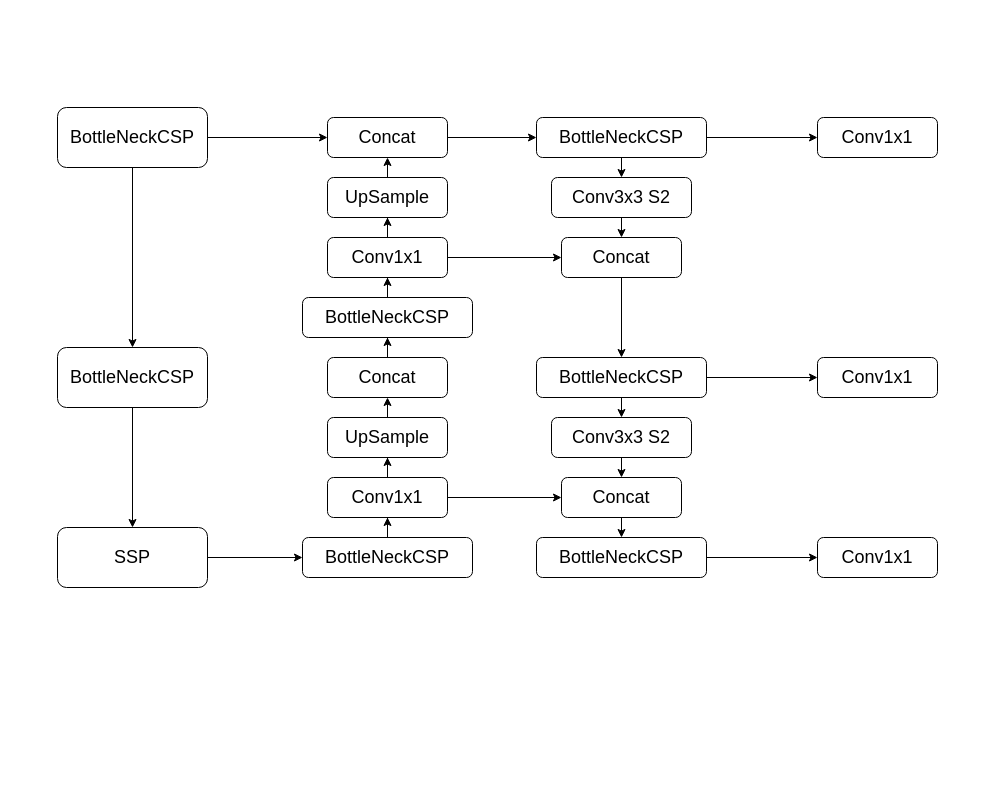
Earlier version of the draw.io diagram YOLOv5网络结构图.drawio (H52e5/drawio). Source tidied: cells renumbered, new cells numbered last; positions are measured from the earlier drawing's top-left corner, leaving out a move shared by most shapes. Both pictures are drawn from the tidied source at 100%, with x=0, y=0 at pixel (57, 107).
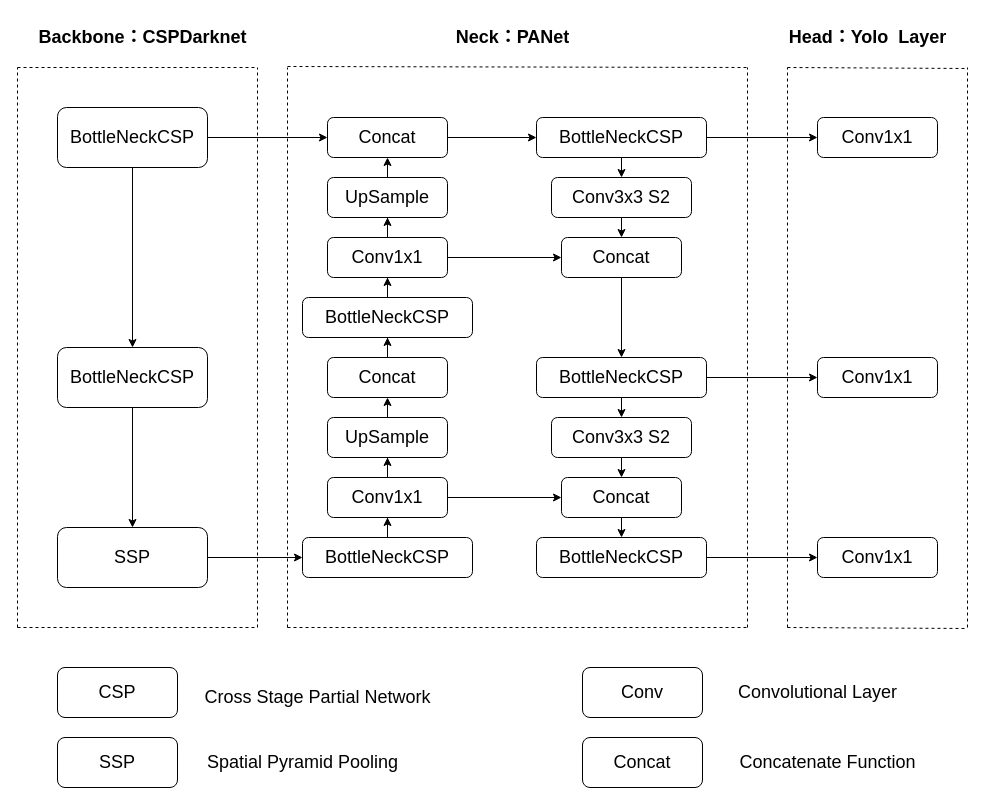
The same page after the edit.

Commit message (it also covers changes not shown here):
更新YOLOv5网络结构图.drawio

What changed in the source:
```diff
@@
+    <mxCell id="46" style="endArrow=none;dashed=1;html=1;rounded=0;" parent="1" edge="1">
+      <mxGeometry relative="1" as="geometry">
+        <mxPoint x="-40" y="520" as="sourcePoint" />
+        <mxPoint x="-40" y="-40" as="targetPoint" />
+      </mxGeometry>
+    </mxCell>
+    <mxCell id="47" style="endArrow=none;dashed=1;html=1;rounded=0;" parent="1" edge="1">
+      <mxGeometry relative="1" as="geometry">
+        <mxPoint x="200" y="520" as="sourcePoint" />
+        <mxPoint x="200" y="-40" as="targetPoint" />
+      </mxGeometry>
+    </mxCell>
+    <mxCell id="48" style="endArrow=none;dashed=1;html=1;rounded=0;" parent="1" edge="1">
+      <mxGeometry relative="1" as="geometry">
+        <mxPoint x="-40" y="-40" as="sourcePoint" />
+        <mxPoint x="200" y="-40" as="targetPoint" />
+      </mxGeometry>
+    </mxCell>
+    <mxCell id="49" style="endArrow=none;dashed=1;html=1;rounded=0;" parent="1" edge="1">
+      <mxGeometry relative="1" as="geometry">
+        <mxPoint x="-40" y="520" as="sourcePoint" />
+        <mxPoint x="200" y="520" as="targetPoint" />
+      </mxGeometry>
+    </mxCell>
+    <mxCell id="50" style="endArrow=none;dashed=1;html=1;rounded=0;" parent="1" edge="1">
+      <mxGeometry relative="1" as="geometry">
+        <mxPoint x="230" y="520" as="sourcePoint" />
+        <mxPoint x="230" y="-40" as="targetPoint" />
+      </mxGeometry>
+    </mxCell>
+    <mxCell id="51" style="endArrow=none;dashed=1;html=1;rounded=0;" parent="1" edge="1">
+      <mxGeometry relative="1" as="geometry">
+        <mxPoint x="690" y="520" as="sourcePoint" />
+        <mxPoint x="690" y="-40" as="targetPoint" />
+      </mxGeometry>
+    </mxCell>
+    <mxCell id="52" style="endArrow=none;dashed=1;html=1;rounded=0;" parent="1" edge="1">
+      <mxGeometry relative="1" as="geometry">
+        <mxPoint x="230" y="520" as="sourcePoint" />
+        <mxPoint x="690" y="520" as="targetPoint" />
+      </mxGeometry>
+    </mxCell>
+    <mxCell id="53" style="endArrow=none;dashed=1;html=1;rounded=0;" parent="1" edge="1">
+      <mxGeometry relative="1" as="geometry">
+        <mxPoint x="230" y="-41" as="sourcePoint" />
+        <mxPoint x="690" y="-40" as="targetPoint" />
+      </mxGeometry>
+    </mxCell>
+    <mxCell id="54" style="endArrow=none;dashed=1;html=1;rounded=0;" parent="1" edge="1">
+      <mxGeometry relative="1" as="geometry">
+        <mxPoint x="730" y="520" as="sourcePoint" />
+        <mxPoint x="730" y="-40" as="targetPoint" />
+      </mxGeometry>
+    </mxCell>
+    <mxCell id="55" style="endArrow=none;dashed=1;html=1;rounded=0;" parent="1" edge="1">
+      <mxGeometry relative="1" as="geometry">
+        <mxPoint x="910" y="520" as="sourcePoint" />
+        <mxPoint x="910" y="-40" as="targetPoint" />
+      </mxGeometry>
+    </mxCell>
+    <mxCell id="56" style="endArrow=none;dashed=1;html=1;rounded=0;" parent="1" edge="1">
+      <mxGeometry relative="1" as="geometry">
+        <mxPoint x="730" y="-40" as="sourcePoint" />
+        <mxPoint x="910" y="-39" as="targetPoint" />
+        <Array as="points">
+          <mxPoint x="910" y="-39" />
+        </Array>
+      </mxGeometry>
+    </mxCell>
+    <mxCell id="57" style="endArrow=none;dashed=1;html=1;rounded=0;" parent="1" edge="1">
+      <mxGeometry relative="1" as="geometry">
+        <mxPoint x="730" y="520" as="sourcePoint" />
+        <mxPoint x="910" y="521" as="targetPoint" />
+        <Array as="points">
+          <mxPoint x="910" y="521" />
+        </Array>
+      </mxGeometry>
+    </mxCell>
+    <mxCell id="58" value="&lt;b&gt;&lt;font style=&quot;font-size: 18px;&quot;&gt;Backbone：CSPDarknet&lt;/font&gt;&lt;/b&gt;" style="text;html=1;align=center;verticalAlign=middle;strokeColor=none;fillColor=none;" parent="1" vertex="1">
+      <mxGeometry x="-30" y="-90" width="230" height="40" as="geometry" />
+    </mxCell>
+    <mxCell id="59" value="&lt;b&gt;&lt;font style=&quot;font-size: 18px;&quot;&gt;Neck：PANet&lt;/font&gt;&lt;/b&gt;" style="text;html=1;align=center;verticalAlign=middle;strokeColor=none;fillColor=none;" parent="1" vertex="1">
+      <mxGeometry x="385" y="-90" width="140" height="40" as="geometry" />
+    </mxCell>
+    <mxCell id="60" value="&lt;b&gt;&lt;font style=&quot;font-size: 18px;&quot;&gt;Head：Yolo&amp;nbsp; Layer&lt;/font&gt;&lt;/b&gt;" style="text;html=1;align=center;verticalAlign=middle;strokeColor=none;fillColor=none;" parent="1" vertex="1">
+      <mxGeometry x="720" y="-90" width="180" height="40" as="geometry" />
+    </mxCell>
+    <mxCell id="61" value="&lt;font style=&quot;font-size: 18px;&quot;&gt;CSP&lt;/font&gt;" style="rounded=1;whiteSpace=wrap;html=1;" parent="1" vertex="1">
+      <mxGeometry y="560" width="120" height="50" as="geometry" />
+    </mxCell>
+    <mxCell id="62" value="&lt;font style=&quot;font-size: 18px;&quot;&gt;Cross Stage Partial Network&lt;/font&gt;" style="text;html=1;align=center;verticalAlign=middle;strokeColor=none;fillColor=none;" parent="1" vertex="1">
+      <mxGeometry x="135" y="570" width="250" height="40" as="geometry" />
+    </mxCell>
+    <mxCell id="63" value="&lt;font style=&quot;font-size: 18px;&quot;&gt;SSP&lt;/font&gt;" style="rounded=1;whiteSpace=wrap;html=1;" parent="1" vertex="1">
+      <mxGeometry y="630" width="120" height="50" as="geometry" />
+    </mxCell>
+    <mxCell id="64" value="&lt;font style=&quot;font-size: 18px;&quot;&gt;Spatial Pyramid Pooling&lt;/font&gt;" style="text;html=1;align=center;verticalAlign=middle;strokeColor=none;fillColor=none;" parent="1" vertex="1">
+      <mxGeometry x="140" y="635" width="210" height="40" as="geometry" />
+    </mxCell>
+    <mxCell id="65" value="&lt;font style=&quot;font-size: 18px;&quot;&gt;Conv&lt;/font&gt;" style="rounded=1;whiteSpace=wrap;html=1;" parent="1" vertex="1">
+      <mxGeometry x="525" y="560" width="120" height="50" as="geometry" />
+    </mxCell>
+    <mxCell id="66" value="&lt;font style=&quot;font-size: 18px;&quot;&gt;Convolutional Layer&lt;/font&gt;" style="text;html=1;align=center;verticalAlign=middle;strokeColor=none;fillColor=none;" parent="1" vertex="1">
+      <mxGeometry x="670" y="565" width="180" height="40" as="geometry" />
+    </mxCell>
+    <mxCell id="67" value="&lt;font style=&quot;font-size: 18px;&quot;&gt;Concat&lt;/font&gt;" style="rounded=1;whiteSpace=wrap;html=1;" parent="1" vertex="1">
+      <mxGeometry x="525" y="630" width="120" height="50" as="geometry" />
+    </mxCell>
+    <mxCell id="68" value="&lt;font style=&quot;font-size: 18px;&quot;&gt;Concatenate Function&lt;/font&gt;" style="text;html=1;align=center;verticalAlign=middle;strokeColor=none;fillColor=none;" parent="1" vertex="1">
+      <mxGeometry x="670" y="635" width="200" height="40" as="geometry" />
+    </mxCell>
```
